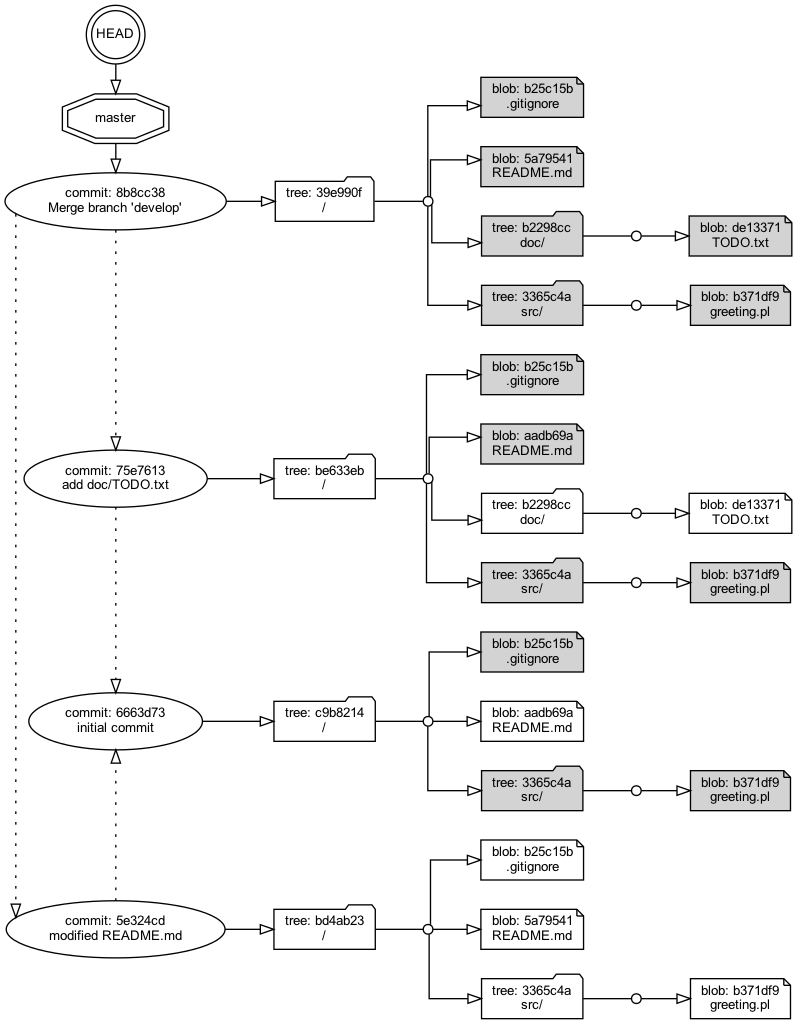
The Graphviz diagram work/dessin.png in kazurayam/kazurayam-git-repository-visitor, before a commit. Its source is kept beside it as work/dessin.dot.
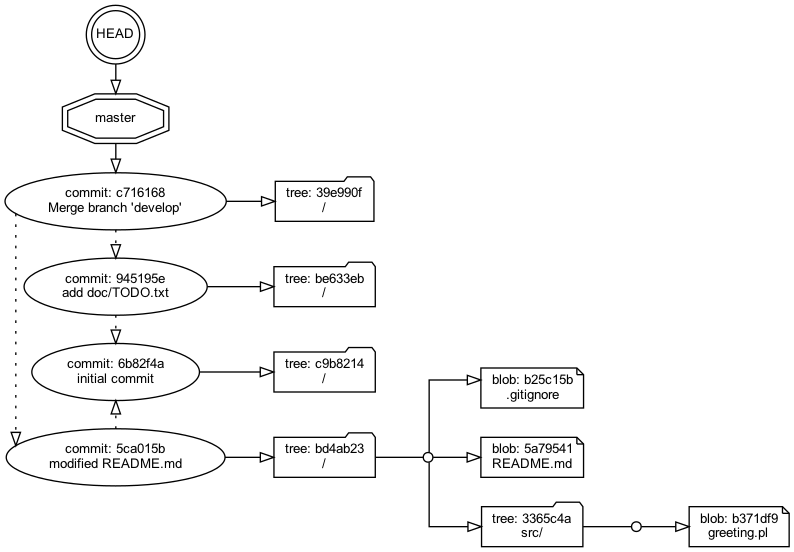
After the commit.

Commit message:
created the base of dessin

Diff of the diagram source:
```diff
@@ -4,127 +4,61 @@
 	graph [layout=dot nodesep=0.3 rank=max rankdir=LR ranksep=0.5 splines=ortho]
 	HEAD [label=HEAD fixedsize=true shape=doublecircle width=0.5]
 	master [label=master shape=doubleoctagon width=0.3]
-	master -> "8b8cc38ff8221141f26e26c001279f34e1e6e5bf" [constraint=false minlen=1 weight=2]
-	"8b8cc38ff8221141f26e26c001279f34e1e6e5bf" [label="commit: 8b8cc38
+	master -> c7161686601c6fa8cd76bd20f8209e0d483e85c3 [constraint=false minlen=1 weight=2]
+
+	c7161686601c6fa8cd76bd20f8209e0d483e85c3 [label="commit: c716168
 Merge branch 'develop'" shape=ellipse]
-	"8b8cc38_39e990f" [label="tree: 39e990f
+	c7161686601c6fa8cd76bd20f8209e0d483e85c3 -> c716168_39e990f [weight=2]
+	c716168_39e990f [label="tree: 39e990f
 /" shape=folder]
-	"8b8cc38_39e990f__" [shape=point width=0.1]
-	"8b8cc38_39e990f" -> "8b8cc38_39e990f__" [arrowhead=none weight=4]
-	"8b8cc38_b25c15b" [label="blob: b25c15b
+
+
+	"945195ef39a48f726cd3a5bdfbe873fcba7b0c34" [label="commit: 945195e
+add doc/TODO.txt" shape=ellipse]
+	"945195ef39a48f726cd3a5bdfbe873fcba7b0c34" -> "945195e_be633eb" [weight=2]
+	"945195e_be633eb" [label="tree: be633eb
+/" shape=folder]
+
+
+	"6b82f4a25697fcf833de3a0bc355e5cfcea6cc10" [label="commit: 6b82f4a
+initial commit" shape=ellipse]
+	"6b82f4a25697fcf833de3a0bc355e5cfcea6cc10" -> "6b82f4a_c9b8214" [weight=2]
+	"6b82f4a_c9b8214" [label="tree: c9b8214
+/" shape=folder]
+
+	"945195ef39a48f726cd3a5bdfbe873fcba7b0c34" -> "6b82f4a25697fcf833de3a0bc355e5cfcea6cc10" [constraint=false style=dotted weight=0]
+	c7161686601c6fa8cd76bd20f8209e0d483e85c3 -> "945195ef39a48f726cd3a5bdfbe873fcba7b0c34" [constraint=false style=dotted weight=0]
+
+
+
+	"5ca015b0ea774ecc6beb18848dd4dbff787a6852" [label="commit: 5ca015b
+modified README.md" shape=ellipse]
+	"5ca015b0ea774ecc6beb18848dd4dbff787a6852" -> "5ca015b_bd4ab23" [weight=2]
+	"5ca015b_bd4ab23" [label="tree: bd4ab23
+/" shape=folder]
+	"5ca015b_bd4ab23__" [shape=point width=0.1]
+	"5ca015b_bd4ab23" -> "5ca015b_bd4ab23__" [arrowhead=none weight=4]
+	"5ca015b_b25c15b" [label="blob: b25c15b
 .gitignore"]
-	"8b8cc38_39e990f__" -> "8b8cc38_b25c15b"
-	"8b8cc38_5a79541" [label="blob: 5a79541
+	"5ca015b_bd4ab23__" -> "5ca015b_b25c15b"
+	"5ca015b_5a79541" [label="blob: 5a79541
 README.md"]
-	"8b8cc38_39e990f__" -> "8b8cc38_5a79541"
-	"8b8cc38_b2298cc" [label="tree: b2298cc
-doc/" shape=folder]
-	"8b8cc38_b2298cc__" [shape=point width=0.1]
-	"8b8cc38_b2298cc" -> "8b8cc38_b2298cc__" [arrowhead=none weight=4]
-	"8b8cc38_de13371" [label="blob: de13371
-TODO.txt"]
-	"8b8cc38_b2298cc__" -> "8b8cc38_de13371"
-	"8b8cc38_39e990f__" -> "8b8cc38_b2298cc"
-	"8b8cc38_3365c4a" [label="tree: 3365c4a
+	"5ca015b_bd4ab23__" -> "5ca015b_5a79541"
+	"5ca015b_3365c4a" [label="tree: 3365c4a
 src/" shape=folder]
-	"8b8cc38_3365c4a__" [shape=point width=0.1]
-	"8b8cc38_3365c4a" -> "8b8cc38_3365c4a__" [arrowhead=none weight=4]
-	"8b8cc38_b371df9" [label="blob: b371df9
+	"5ca015b_3365c4a__" [shape=point width=0.1]
+	"5ca015b_3365c4a" -> "5ca015b_3365c4a__" [arrowhead=none weight=4]
+	"5ca015b_b371df9" [label="blob: b371df9
 greeting.pl"]
-	"8b8cc38_3365c4a__" -> "8b8cc38_b371df9"
-	"8b8cc38_39e990f__" -> "8b8cc38_3365c4a"
-	"8b8cc38ff8221141f26e26c001279f34e1e6e5bf" -> "8b8cc38_39e990f" [weight=2]
-	"75e7613510c8339dcbfc116bd61ce314340fb6d3" [label="commit: 75e7613
-add doc/TODO.txt" shape=ellipse]
-	"75e7613_be633eb" [label="tree: be633eb
-/" shape=folder]
-	"75e7613_be633eb__" [shape=point width=0.1]
-	"75e7613_be633eb" -> "75e7613_be633eb__" [arrowhead=none weight=4]
-	"75e7613_b25c15b" [label="blob: b25c15b
-.gitignore"]
-	"75e7613_be633eb__" -> "75e7613_b25c15b"
-	"75e7613_aadb69a" [label="blob: aadb69a
-README.md"]
-	"75e7613_be633eb__" -> "75e7613_aadb69a"
-	"75e7613_b2298cc" [label="tree: b2298cc
-doc/" shape=folder]
-	"75e7613_b2298cc__" [shape=point width=0.1]
-	"75e7613_b2298cc" -> "75e7613_b2298cc__" [arrowhead=none weight=4]
-	"75e7613_de13371" [label="blob: de13371
-TODO.txt"]
-	"75e7613_b2298cc__" -> "75e7613_de13371"
-	"75e7613_be633eb__" -> "75e7613_b2298cc"
-	"75e7613_3365c4a" [label="tree: 3365c4a
-src/" shape=folder]
-	"75e7613_3365c4a__" [shape=point width=0.1]
-	"75e7613_3365c4a" -> "75e7613_3365c4a__" [arrowhead=none weight=4]
-	"75e7613_b371df9" [label="blob: b371df9
-greeting.pl"]
-	"75e7613_3365c4a__" -> "75e7613_b371df9"
-	"75e7613_be633eb__" -> "75e7613_3365c4a"
-	"75e7613510c8339dcbfc116bd61ce314340fb6d3" -> "75e7613_be633eb" [weight=2]
-	"6663d73986dcc9136173c229bfe5d3e2aac51ab7" [label="commit: 6663d73
-initial commit" shape=ellipse]
-	"6663d73_c9b8214" [label="tree: c9b8214
-/" shape=folder]
-	"6663d73_c9b8214__" [shape=point width=0.1]
-	"6663d73_c9b8214" -> "6663d73_c9b8214__" [arrowhead=none weight=4]
-	"6663d73_b25c15b" [label="blob: b25c15b
-.gitignore"]
-	"6663d73_c9b8214__" -> "6663d73_b25c15b"
-	"6663d73_aadb69a" [label="blob: aadb69a
-README.md"]
-	"6663d73_c9b8214__" -> "6663d73_aadb69a"
-	"6663d73_3365c4a" [label="tree: 3365c4a
-src/" shape=folder]
-	"6663d73_3365c4a__" [shape=point width=0.1]
-	"6663d73_3365c4a" -> "6663d73_3365c4a__" [arrowhead=none weight=4]
-	"6663d73_b371df9" [label="blob: b371df9
-greeting.pl"]
-	"6663d73_3365c4a__" -> "6663d73_b371df9"
-	"6663d73_c9b8214__" -> "6663d73_3365c4a"
-	"6663d73986dcc9136173c229bfe5d3e2aac51ab7" -> "6663d73_c9b8214" [weight=2]
-	"75e7613510c8339dcbfc116bd61ce314340fb6d3" -> "6663d73986dcc9136173c229bfe5d3e2aac51ab7" [constraint=false style=dotted weight=0]
-	"8b8cc38ff8221141f26e26c001279f34e1e6e5bf" -> "75e7613510c8339dcbfc116bd61ce314340fb6d3" [constraint=false style=dotted weight=0]
-	"5e324cddf11772654adfe13a0b0a7196cfa3356f" [label="commit: 5e324cd
-modified README.md" shape=ellipse]
-	"5e324cd_bd4ab23" [label="tree: bd4ab23
-/" shape=folder]
-	"5e324cd_bd4ab23__" [shape=point width=0.1]
-	"5e324cd_bd4ab23" -> "5e324cd_bd4ab23__" [arrowhead=none weight=4]
-	"5e324cd_b25c15b" [label="blob: b25c15b
-.gitignore"]
-	"5e324cd_bd4ab23__" -> "5e324cd_b25c15b"
-	"5e324cd_5a79541" [label="blob: 5a79541
-README.md"]
-	"5e324cd_bd4ab23__" -> "5e324cd_5a79541"
-	"5e324cd_3365c4a" [label="tree: 3365c4a
-src/" shape=folder]
-	"5e324cd_3365c4a__" [shape=point width=0.1]
-	"5e324cd_3365c4a" -> "5e324cd_3365c4a__" [arrowhead=none weight=4]
-	"5e324cd_b371df9" [label="blob: b371df9
-greeting.pl"]
-	"5e324cd_3365c4a__" -> "5e324cd_b371df9"
-	"5e324cd_bd4ab23__" -> "5e324cd_3365c4a"
-	"5e324cddf11772654adfe13a0b0a7196cfa3356f" -> "5e324cd_bd4ab23" [weight=2]
-	"5e324cddf11772654adfe13a0b0a7196cfa3356f" -> "6663d73986dcc9136173c229bfe5d3e2aac51ab7" [constraint=false style=dotted weight=0]
-	"8b8cc38ff8221141f26e26c001279f34e1e6e5bf" -> "5e324cddf11772654adfe13a0b0a7196cfa3356f" [constraint=false style=dotted weight=0]
-	"8b8cc38ff8221141f26e26c001279f34e1e6e5bf"
-	"75e7613510c8339dcbfc116bd61ce314340fb6d3"
-	"6663d73986dcc9136173c229bfe5d3e2aac51ab7"
-	"5e324cddf11772654adfe13a0b0a7196cfa3356f"
+	"5ca015b_3365c4a__" -> "5ca015b_b371df9"
+	"5ca015b_bd4ab23__" -> "5ca015b_3365c4a"
+
+
+	"5ca015b0ea774ecc6beb18848dd4dbff787a6852" -> "6b82f4a25697fcf833de3a0bc355e5cfcea6cc10" [constraint=false style=dotted weight=0]
+	c7161686601c6fa8cd76bd20f8209e0d483e85c3 -> "5ca015b0ea774ecc6beb18848dd4dbff787a6852" [constraint=false style=dotted weight=0]
+	c7161686601c6fa8cd76bd20f8209e0d483e85c3
+	"945195ef39a48f726cd3a5bdfbe873fcba7b0c34"
+	"6b82f4a25697fcf833de3a0bc355e5cfcea6cc10"
+	"5ca015b0ea774ecc6beb18848dd4dbff787a6852"
 	HEAD -> master [constraint=false minlen=1]
-	"8b8cc38_b25c15b" [fillcolor=lightgrey]
-	"75e7613_b25c15b" [fillcolor=lightgrey]
-	"6663d73_b25c15b" [fillcolor=lightgrey]
-	"8b8cc38_5a79541" [fillcolor=lightgrey]
-	"8b8cc38_b2298cc" [fillcolor=lightgrey]
-	"8b8cc38_de13371" [fillcolor=lightgrey]
-	"8b8cc38_3365c4a" [fillcolor=lightgrey]
-	"75e7613_3365c4a" [fillcolor=lightgrey]
-	"6663d73_3365c4a" [fillcolor=lightgrey]
-	"8b8cc38_b371df9" [fillcolor=lightgrey]
-	"75e7613_b371df9" [fillcolor=lightgrey]
-	"6663d73_b371df9" [fillcolor=lightgrey]
-	"75e7613_aadb69a" [fillcolor=lightgrey]
 }
```
